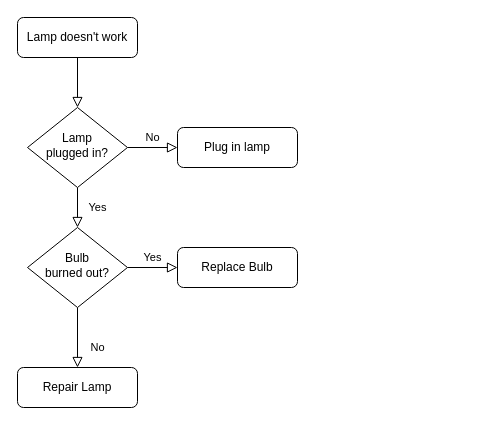
This is hotel_erd.drawio from vinnnna/sistem-basis-data, a draw.io file, before an edit. Source tidied: cells renumbered, new cells numbered last; positions are measured from the earlier drawing's top-left corner, leaving out a move shared by most shapes. Both pictures are drawn from the tidied source at 100%, with x=0, y=0 at pixel (17, 17).
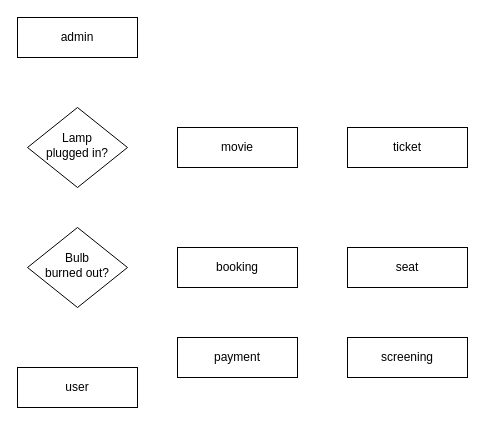
After the change.

Change to the diagram source:
```diff
@@
 <mxGraphModel>
   <root>
     <mxCell id="0" />
     <mxCell id="1" parent="0" />
-    <mxCell id="2" style="rounded=0;html=1;jettySize=auto;fontSize=11;endArrow=block;endFill=0;endSize=8;strokeWidth=1;shadow=0;labelBackgroundColor=none;edgeStyle=orthogonalEdgeStyle;" parent="1" edge="1" source="3" target="6">
-      <mxGeometry relative="1" as="geometry" />
-    </mxCell>
-    <mxCell id="3" value="Lamp doesn't work" style="rounded=1;whiteSpace=wrap;html=1;fontSize=12;glass=0;strokeWidth=1;shadow=0;" parent="1" vertex="1">
+    <mxCell id="3" value="admin" style="rounded=1;whiteSpace=wrap;html=1;fontSize=12;glass=0;strokeWidth=1;shadow=0;arcSize=0;" parent="1" vertex="1">
       <mxGeometry width="120" height="40" as="geometry" />
     </mxCell>
-    <mxCell id="4" value="Yes" style="rounded=0;html=1;jettySize=auto;fontSize=11;endArrow=block;endFill=0;endSize=8;strokeWidth=1;shadow=0;labelBackgroundColor=none;edgeStyle=orthogonalEdgeStyle;" parent="1" edge="1" source="6" target="10">
-      <mxGeometry y="20" relative="1" as="geometry" />
-    </mxCell>
-    <mxCell id="5" value="No" style="edgeStyle=orthogonalEdgeStyle;rounded=0;html=1;jettySize=auto;fontSize=11;endArrow=block;endFill=0;endSize=8;strokeWidth=1;shadow=0;labelBackgroundColor=none;" parent="1" edge="1" source="6" target="7">
-      <mxGeometry y="10" relative="1" as="geometry" />
-    </mxCell>
     <mxCell id="6" value="Lamp&lt;br&gt;plugged in?" style="rhombus;whiteSpace=wrap;html=1;shadow=0;fontFamily=Helvetica;fontSize=12;align=center;strokeWidth=1;spacing=6;spacingTop=-4;" parent="1" vertex="1">
       <mxGeometry x="10" y="90" width="100" height="80" as="geometry" />
     </mxCell>
-    <mxCell id="7" value="Plug in lamp" style="rounded=1;whiteSpace=wrap;html=1;fontSize=12;glass=0;strokeWidth=1;shadow=0;" parent="1" vertex="1">
+    <mxCell id="7" value="movie" style="rounded=1;whiteSpace=wrap;html=1;fontSize=12;glass=0;strokeWidth=1;shadow=0;arcSize=0;" parent="1" vertex="1">
       <mxGeometry x="160" y="110" width="120" height="40" as="geometry" />
     </mxCell>
-    <mxCell id="8" value="No" style="rounded=0;html=1;jettySize=auto;fontSize=11;endArrow=block;endFill=0;endSize=8;strokeWidth=1;shadow=0;labelBackgroundColor=none;edgeStyle=orthogonalEdgeStyle;" parent="1" edge="1" source="10" target="11">
-      <mxGeometry x="0.33" y="20" relative="1" as="geometry" />
-    </mxCell>
-    <mxCell id="9" value="Yes" style="edgeStyle=orthogonalEdgeStyle;rounded=0;html=1;jettySize=auto;fontSize=11;endArrow=block;endFill=0;endSize=8;strokeWidth=1;shadow=0;labelBackgroundColor=none;" parent="1" edge="1" source="10" target="12">
-      <mxGeometry y="10" relative="1" as="geometry" />
-    </mxCell>
     <mxCell id="10" value="Bulb&lt;br&gt;burned out?" style="rhombus;whiteSpace=wrap;html=1;shadow=0;fontFamily=Helvetica;fontSize=12;align=center;strokeWidth=1;spacing=6;spacingTop=-4;" parent="1" vertex="1">
       <mxGeometry x="10" y="210" width="100" height="80" as="geometry" />
     </mxCell>
-    <mxCell id="11" value="Repair Lamp" style="rounded=1;whiteSpace=wrap;html=1;fontSize=12;glass=0;strokeWidth=1;shadow=0;" parent="1" vertex="1">
+    <mxCell id="11" value="user" style="rounded=1;whiteSpace=wrap;html=1;fontSize=12;glass=0;strokeWidth=1;shadow=0;arcSize=0;" parent="1" vertex="1">
       <mxGeometry y="350" width="120" height="40" as="geometry" />
     </mxCell>
-    <mxCell id="12" value="Replace Bulb" style="rounded=1;whiteSpace=wrap;html=1;fontSize=12;glass=0;strokeWidth=1;shadow=0;" parent="1" vertex="1">
+    <mxCell id="12" value="booking" style="rounded=1;whiteSpace=wrap;html=1;fontSize=12;glass=0;strokeWidth=1;shadow=0;arcSize=0;" parent="1" vertex="1">
       <mxGeometry x="160" y="230" width="120" height="40" as="geometry" />
     </mxCell>
+    <mxCell id="13" value="ticket" style="rounded=1;whiteSpace=wrap;html=1;fontSize=12;glass=0;strokeWidth=1;shadow=0;arcSize=0;" parent="1" vertex="1">
+      <mxGeometry x="330" y="110" width="120" height="40" as="geometry" />
+    </mxCell>
+    <mxCell id="14" value="seat" style="rounded=1;whiteSpace=wrap;html=1;fontSize=12;glass=0;strokeWidth=1;shadow=0;arcSize=0;" parent="1" vertex="1">
+      <mxGeometry x="330" y="230" width="120" height="40" as="geometry" />
+    </mxCell>
+    <mxCell id="15" value="payment" style="rounded=1;whiteSpace=wrap;html=1;fontSize=12;glass=0;strokeWidth=1;shadow=0;arcSize=0;" parent="1" vertex="1">
+      <mxGeometry x="160" y="320" width="120" height="40" as="geometry" />
+    </mxCell>
+    <mxCell id="16" value="screening" style="rounded=1;whiteSpace=wrap;html=1;fontSize=12;glass=0;strokeWidth=1;shadow=0;arcSize=0;" parent="1" vertex="1">
+      <mxGeometry x="330" y="320" width="120" height="40" as="geometry" />
+    </mxCell>
   </root>
 </mxGraphModel>
```
